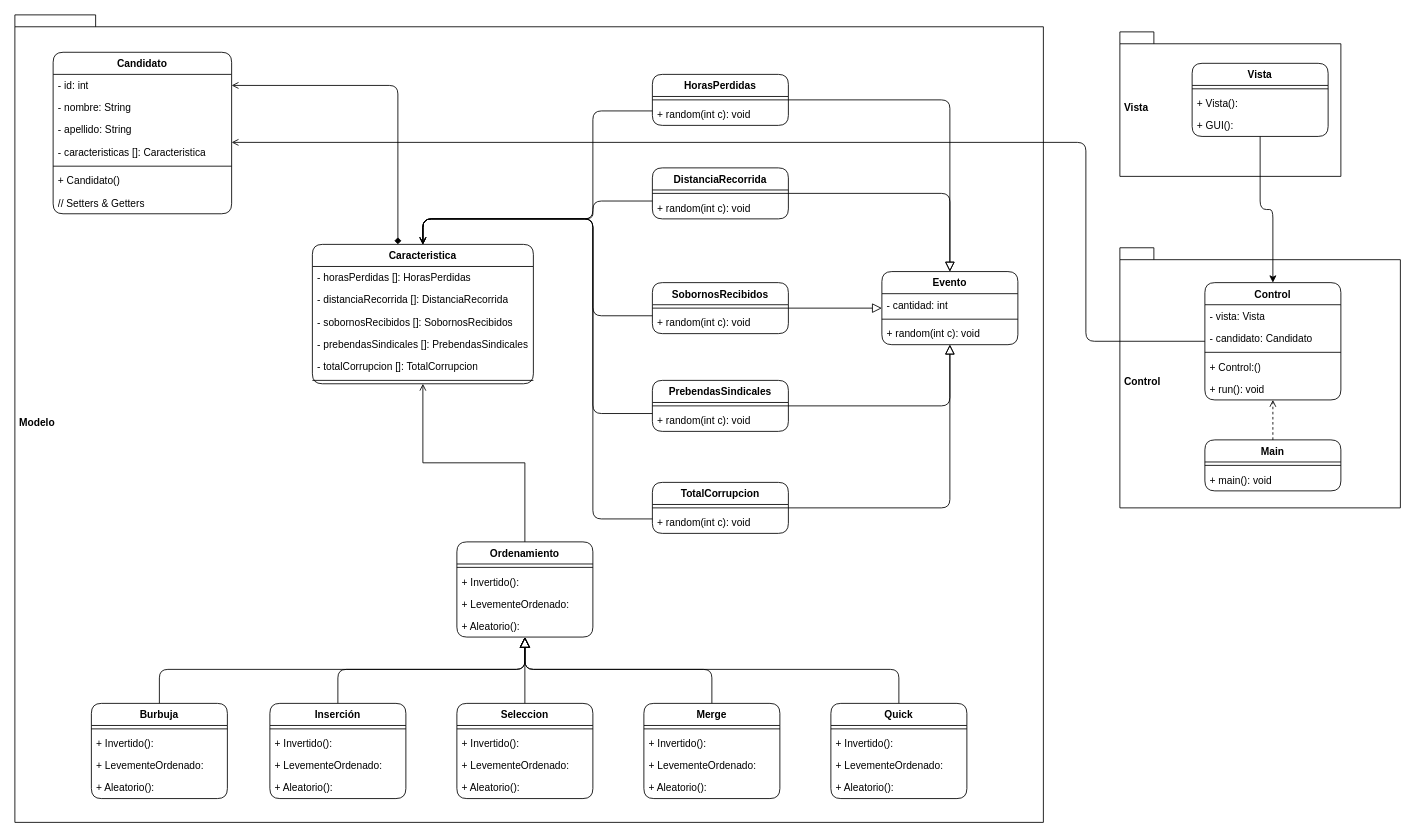
Earlier version of the draw.io diagram Ciencias - GestionCandidatos.drawio (steven010705/GestionCandidatos). Source tidied: cells renumbered, new cells numbered last; positions are measured from the earlier drawing's top-left corner, leaving out a move shared by most shapes. Both pictures are drawn from the tidied source at 85%, with x=0, y=0 at pixel (14, 14).
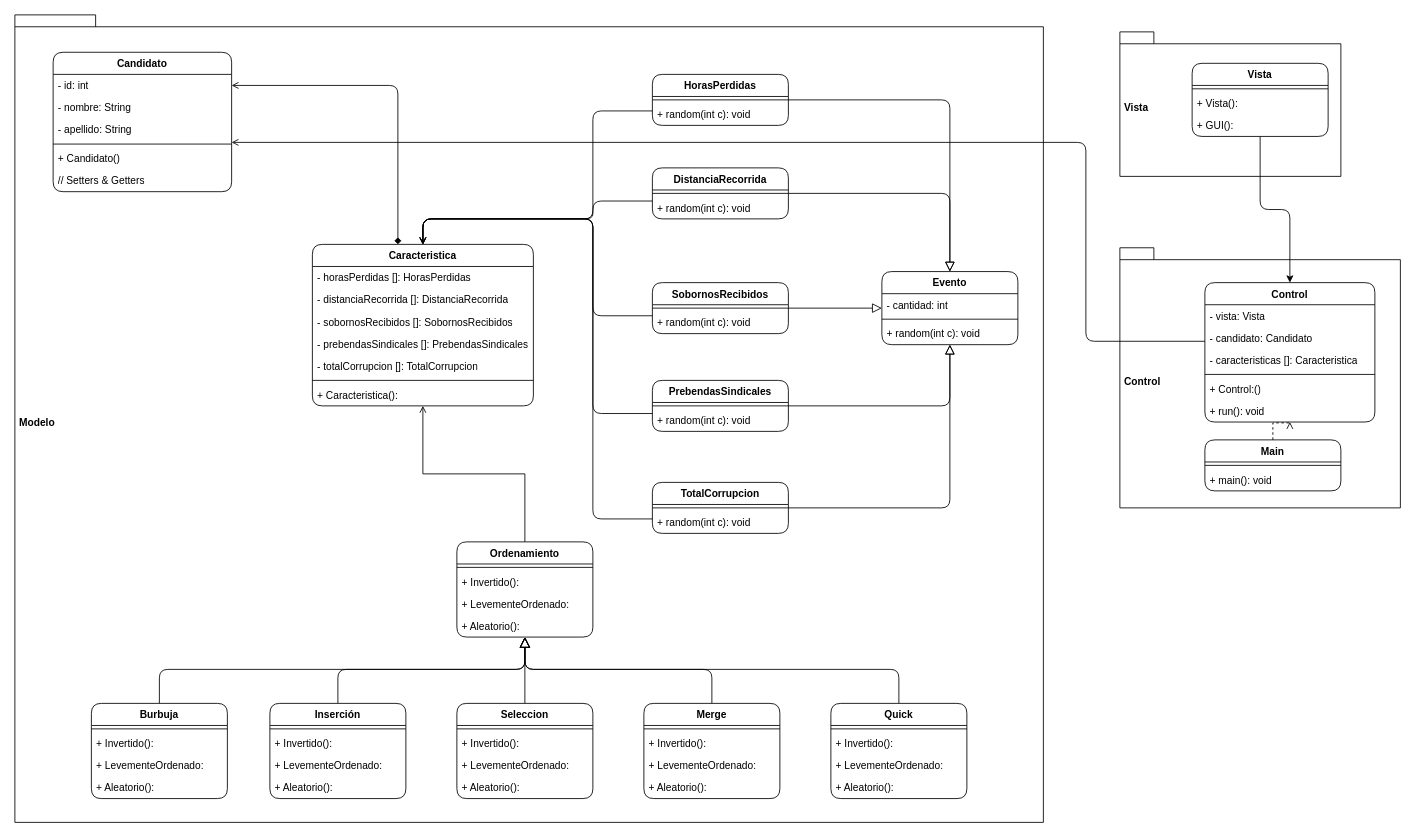
Above is the later version.

What changed in the source:
```diff
@@
     <mxCell id="5" value="Candidato" style="swimlane;fontStyle=1;align=center;verticalAlign=top;horizontal=1;startSize=26;whiteSpace=wrap;html=1;rounded=1;" parent="1" vertex="1">
-      <mxGeometry x="45" y="44" width="210" height="190" as="geometry" />
+      <mxGeometry x="45" y="44" width="210" height="164" as="geometry" />
     </mxCell>
@@
-    <mxCell id="9" value="- caracteristicas []: Caracteristica" style="text;strokeColor=none;fillColor=none;align=left;verticalAlign=top;spacingLeft=4;spacingRight=4;overflow=hidden;whiteSpace=wrap;html=1;" parent="5" vertex="1">
-      <mxGeometry y="104" width="210" height="26" as="geometry" />
-    </mxCell>
     <mxCell id="10" style="line;strokeWidth=1;fillColor=none;align=left;verticalAlign=middle;spacingTop=-1;spacingLeft=3;spacingRight=3;labelPosition=right;strokeColor=inherit;" parent="5" vertex="1">
-      <mxGeometry y="130" width="210" height="8" as="geometry" />
+      <mxGeometry y="104" width="210" height="8" as="geometry" />
     </mxCell>
     <mxCell id="11" value="+ Candidato()" style="text;strokeColor=none;fillColor=none;align=left;verticalAlign=top;spacingLeft=4;spacingRight=4;overflow=hidden;whiteSpace=wrap;html=1;" parent="5" vertex="1">
-      <mxGeometry y="138" width="210" height="26" as="geometry" />
+      <mxGeometry y="112" width="210" height="26" as="geometry" />
     </mxCell>
     <mxCell id="12" value="// Setters &amp;amp; Getters" style="text;strokeColor=none;fillColor=none;align=left;verticalAlign=top;spacingLeft=4;spacingRight=4;overflow=hidden;whiteSpace=wrap;html=1;" parent="5" vertex="1">
-      <mxGeometry y="164" width="210" height="26" as="geometry" />
+      <mxGeometry y="138" width="210" height="26" as="geometry" />
     </mxCell>
@@
     <mxCell id="18" value="Caracteristica" style="swimlane;fontStyle=1;align=center;verticalAlign=top;horizontal=1;startSize=26;whiteSpace=wrap;html=1;rounded=1;" parent="1" vertex="1">
-      <mxGeometry x="350" y="270" width="260" height="164" as="geometry" />
+      <mxGeometry x="350" y="270" width="260" height="190" as="geometry" />
     </mxCell>
@@
+    <mxCell id="102" value="+ Caracteristica():" style="text;strokeColor=none;fillColor=none;align=left;verticalAlign=top;spacingLeft=4;spacingRight=4;overflow=hidden;whiteSpace=wrap;html=1;" parent="18" vertex="1">
+      <mxGeometry y="164" width="260" height="26" as="geometry" />
+    </mxCell>
@@
     <mxCell id="46" value="Control" style="swimlane;fontStyle=1;align=center;verticalAlign=top;horizontal=1;startSize=26;whiteSpace=wrap;html=1;rounded=1;" parent="1" vertex="1">
-      <mxGeometry x="1400" y="315" width="160" height="138" as="geometry" />
+      <mxGeometry x="1400" y="315" width="200" height="164" as="geometry" />
     </mxCell>
     <mxCell id="47" value="- vista: Vista" style="text;strokeColor=none;fillColor=none;align=left;verticalAlign=top;spacingLeft=4;spacingRight=4;overflow=hidden;whiteSpace=wrap;html=1;" parent="46" vertex="1">
-      <mxGeometry y="26" width="160" height="26" as="geometry" />
+      <mxGeometry y="26" width="200" height="26" as="geometry" />
     </mxCell>
     <mxCell id="48" value="- candidato: Candidato" style="text;strokeColor=none;fillColor=none;align=left;verticalAlign=top;spacingLeft=4;spacingRight=4;overflow=hidden;whiteSpace=wrap;html=1;" parent="46" vertex="1">
-      <mxGeometry y="52" width="160" height="26" as="geometry" />
+      <mxGeometry y="52" width="200" height="26" as="geometry" />
     </mxCell>
+    <mxCell id="9" value="- caracteristicas []: Caracteristica" style="text;strokeColor=none;fillColor=none;align=left;verticalAlign=top;spacingLeft=4;spacingRight=4;overflow=hidden;whiteSpace=wrap;html=1;" parent="46" vertex="1">
+      <mxGeometry y="78" width="200" height="26" as="geometry" />
+    </mxCell>
     <mxCell id="49" style="line;strokeWidth=1;fillColor=none;align=left;verticalAlign=middle;spacingTop=-1;spacingLeft=3;spacingRight=3;labelPosition=right;strokeColor=inherit;" parent="46" vertex="1">
-      <mxGeometry y="78" width="160" height="8" as="geometry" />
+      <mxGeometry y="104" width="200" height="8" as="geometry" />
     </mxCell>
     <mxCell id="50" value="+ Control:()" style="text;strokeColor=none;fillColor=none;align=left;verticalAlign=top;spacingLeft=4;spacingRight=4;overflow=hidden;whiteSpace=wrap;html=1;" parent="46" vertex="1">
-      <mxGeometry y="86" width="160" height="26" as="geometry" />
+      <mxGeometry y="112" width="200" height="26" as="geometry" />
     </mxCell>
     <mxCell id="51" value="+ run(): void" style="text;strokeColor=none;fillColor=none;align=left;verticalAlign=top;spacingLeft=4;spacingRight=4;overflow=hidden;whiteSpace=wrap;html=1;" parent="46" vertex="1">
-      <mxGeometry y="112" width="160" height="26" as="geometry" />
+      <mxGeometry y="138" width="200" height="26" as="geometry" />
     </mxCell>
```
